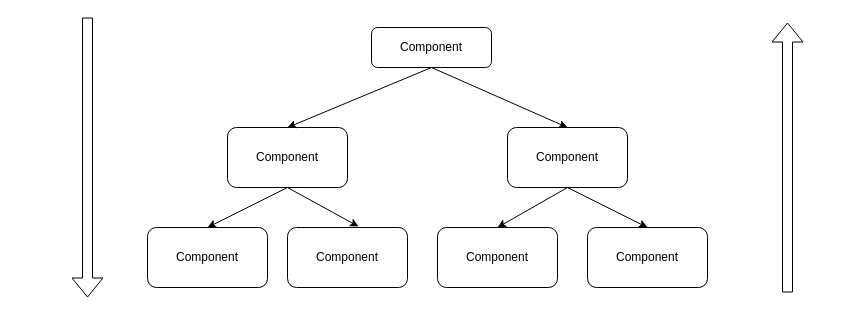
Above: Untitled Diagram.drawio in chrisminnick/react-js-foundations (draw.io), before the change. Source tidied: cells renumbered, new cells numbered last; positions are measured from the earlier drawing's top-left corner, leaving out a move shared by most shapes. Both pictures are drawn from the tidied source at 100%, with x=0, y=0 at pixel (87, 17).
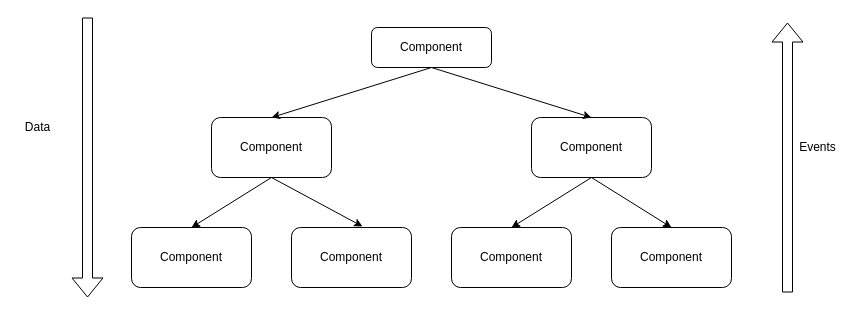
Above is the later version.

Commit message (it also covers changes not shown here):
Update React Data Flow Diagram.drawio

What changed in the source:
```diff
@@
     <mxCell id="3" value="Component" style="rounded=1;whiteSpace=wrap;html=1;" parent="1" vertex="1">
-      <mxGeometry x="140" y="110" width="120" height="60" as="geometry" />
+      <mxGeometry x="124" y="100" width="120" height="60" as="geometry" />
     </mxCell>
@@
     <mxCell id="5" value="Component" style="rounded=1;whiteSpace=wrap;html=1;" parent="1" vertex="1">
-      <mxGeometry x="420" y="110" width="120" height="60" as="geometry" />
+      <mxGeometry x="444" y="100" width="120" height="60" as="geometry" />
     </mxCell>
@@
     <mxCell id="11" value="Component" style="rounded=1;whiteSpace=wrap;html=1;" parent="1" vertex="1">
-      <mxGeometry x="60" y="210" width="120" height="60" as="geometry" />
+      <mxGeometry x="44" y="210" width="120" height="60" as="geometry" />
     </mxCell>
     <mxCell id="12" value="Component" style="rounded=1;whiteSpace=wrap;html=1;" parent="1" vertex="1">
-      <mxGeometry x="200" y="210" width="120" height="60" as="geometry" />
+      <mxGeometry x="204" y="210" width="120" height="60" as="geometry" />
     </mxCell>
     <mxCell id="13" value="Component" style="rounded=1;whiteSpace=wrap;html=1;" parent="1" vertex="1">
-      <mxGeometry x="350" y="210" width="120" height="60" as="geometry" />
+      <mxGeometry x="364" y="210" width="120" height="60" as="geometry" />
     </mxCell>
     <mxCell id="14" value="Component" style="rounded=1;whiteSpace=wrap;html=1;" parent="1" vertex="1">
-      <mxGeometry x="500" y="210" width="120" height="60" as="geometry" />
+      <mxGeometry x="524" y="210" width="120" height="60" as="geometry" />
     </mxCell>
@@
+    <mxCell id="17" value="Data" style="text;html=1;align=center;verticalAlign=middle;" parent="1" vertex="1">
+      <mxGeometry x="-70" y="100" width="40" height="20" as="geometry" />
+    </mxCell>
+    <mxCell id="18" value="Events" style="text;html=1;align=center;verticalAlign=middle;" parent="1" vertex="1">
+      <mxGeometry x="705" y="120" width="50" height="20" as="geometry" />
+    </mxCell>
```
